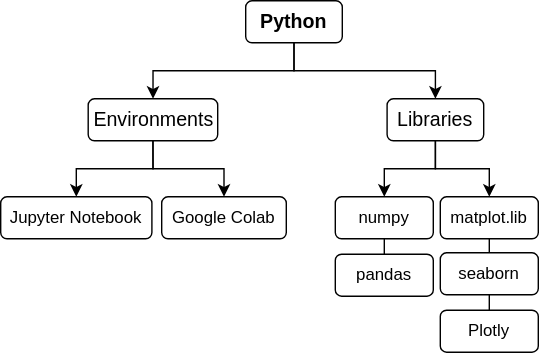
Earlier version of the draw.io export Data_Science_Program:Leveraging_AI_for_Effective_Decision-Making/Python_and_Statistics/images/Skills and Tools_Python and Statistics.svg (Gr3Fin/Courses_and_Certificates). Source tidied: cells renumbered, new cells last; positions are measured from the earlier drawing's top-left corner, leaving out a move shared by most shapes.
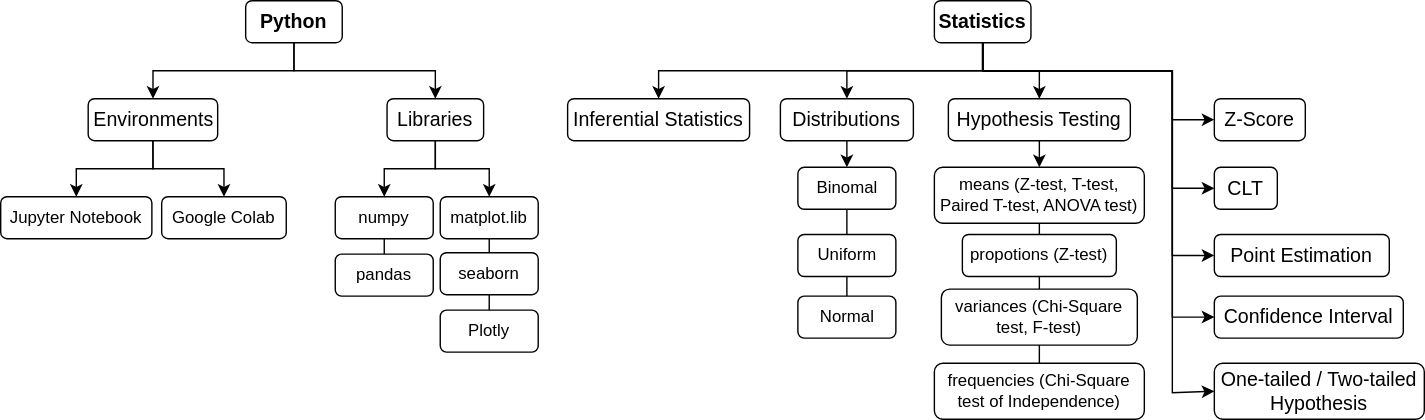
After the commit.

Change to the diagram source:
```diff
@@ -59,5 +59,128 @@
     <mxCell id="20" value="&lt;b&gt;&lt;font style=&quot;font-size: 14px;&quot;&gt;Python&lt;/font&gt;&lt;/b&gt;" style="rounded=1;whiteSpace=wrap;html=1;" parent="1" vertex="1">
       <mxGeometry x="175" width="69" height="30" as="geometry" />
     </mxCell>
+    <mxCell id="21" style="edgeStyle=orthogonalEdgeStyle;rounded=0;jettySize=auto;html=1;exitX=0.5;exitY=1;exitDx=0;exitDy=0;entryX=0.5;entryY=0;entryDx=0;entryDy=0;" parent="1" edge="1" source="29" target="30">
+      <mxGeometry relative="1" as="geometry" />
+    </mxCell>
+    <mxCell id="22" style="edgeStyle=orthogonalEdgeStyle;rounded=0;jettySize=auto;html=1;exitX=0.5;exitY=1;exitDx=0;exitDy=0;entryX=0.5;entryY=0;entryDx=0;entryDy=0;" parent="1" edge="1" source="29" target="32">
+      <mxGeometry relative="1" as="geometry" />
+    </mxCell>
+    <mxCell id="23" style="edgeStyle=orthogonalEdgeStyle;rounded=0;jettySize=auto;html=1;exitX=0.5;exitY=1;exitDx=0;exitDy=0;entryX=0.5;entryY=0;entryDx=0;entryDy=0;" parent="1" edge="1" source="29" target="44">
+      <mxGeometry relative="1" as="geometry" />
+    </mxCell>
+    <mxCell id="24" style="edgeStyle=orthogonalEdgeStyle;rounded=0;jettySize=auto;html=1;exitX=0.5;exitY=1;exitDx=0;exitDy=0;entryX=0;entryY=0.5;entryDx=0;entryDy=0;" parent="1" edge="1" source="29" target="39">
+      <mxGeometry relative="1" as="geometry">
+        <Array as="points">
+          <mxPoint x="702" y="50" />
+          <mxPoint x="837" y="50" />
+          <mxPoint x="837" y="85" />
+        </Array>
+      </mxGeometry>
+    </mxCell>
+    <mxCell id="25" style="edgeStyle=orthogonalEdgeStyle;rounded=0;jettySize=auto;html=1;exitX=0.5;exitY=1;exitDx=0;exitDy=0;entryX=0;entryY=0.5;entryDx=0;entryDy=0;" parent="1" edge="1" source="29" target="38">
+      <mxGeometry relative="1" as="geometry">
+        <Array as="points">
+          <mxPoint x="702" y="50" />
+          <mxPoint x="837" y="50" />
+          <mxPoint x="837" y="134" />
+        </Array>
+      </mxGeometry>
+    </mxCell>
+    <mxCell id="26" style="edgeStyle=orthogonalEdgeStyle;rounded=0;jettySize=auto;html=1;exitX=0.5;exitY=1;exitDx=0;exitDy=0;entryX=0;entryY=0.5;entryDx=0;entryDy=0;" parent="1" edge="1" source="29" target="40">
+      <mxGeometry relative="1" as="geometry">
+        <Array as="points">
+          <mxPoint x="702" y="50" />
+          <mxPoint x="837" y="50" />
+          <mxPoint x="837" y="182" />
+        </Array>
+      </mxGeometry>
+    </mxCell>
+    <mxCell id="27" style="edgeStyle=orthogonalEdgeStyle;rounded=0;jettySize=auto;html=1;exitX=0.5;exitY=1;exitDx=0;exitDy=0;entryX=0;entryY=0.5;entryDx=0;entryDy=0;" parent="1" edge="1" source="29" target="41">
+      <mxGeometry relative="1" as="geometry">
+        <Array as="points">
+          <mxPoint x="702" y="50" />
+          <mxPoint x="837" y="50" />
+          <mxPoint x="837" y="226" />
+        </Array>
+      </mxGeometry>
+    </mxCell>
+    <mxCell id="28" style="edgeStyle=orthogonalEdgeStyle;rounded=0;jettySize=auto;html=1;exitX=0.5;exitY=1;exitDx=0;exitDy=0;entryX=0;entryY=0.5;entryDx=0;entryDy=0;" parent="1" edge="1" source="29" target="42">
+      <mxGeometry relative="1" as="geometry">
+        <Array as="points">
+          <mxPoint x="702" y="50" />
+          <mxPoint x="837" y="50" />
+          <mxPoint x="837" y="280" />
+        </Array>
+      </mxGeometry>
+    </mxCell>
+    <mxCell id="29" value="&lt;b&gt;&lt;font style=&quot;font-size: 14px;&quot;&gt;Statistics&lt;/font&gt;&lt;/b&gt;" style="rounded=1;whiteSpace=wrap;html=1;" parent="1" vertex="1">
+      <mxGeometry x="667" width="69" height="30" as="geometry" />
+    </mxCell>
+    <mxCell id="30" value="&lt;font style=&quot;font-size: 14px;&quot;&gt;Inferential Statistics&lt;/font&gt;" style="rounded=1;whiteSpace=wrap;html=1;" parent="1" vertex="1">
+      <mxGeometry x="405" y="70" width="130" height="30" as="geometry" />
+    </mxCell>
+    <mxCell id="31" style="edgeStyle=orthogonalEdgeStyle;rounded=0;jettySize=auto;html=1;exitX=0.5;exitY=1;exitDx=0;exitDy=0;entryX=0.5;entryY=0;entryDx=0;entryDy=0;" parent="1" edge="1" source="32" target="34">
+      <mxGeometry relative="1" as="geometry" />
+    </mxCell>
+    <mxCell id="32" value="&lt;font style=&quot;font-size: 14px;&quot;&gt;Distributions&lt;/font&gt;" style="rounded=1;whiteSpace=wrap;html=1;" parent="1" vertex="1">
+      <mxGeometry x="557" y="70" width="95" height="30" as="geometry" />
+    </mxCell>
+    <mxCell id="33" style="edgeStyle=orthogonalEdgeStyle;rounded=0;jettySize=auto;html=1;exitX=0.5;exitY=1;exitDx=0;exitDy=0;entryX=0.5;entryY=0;entryDx=0;entryDy=0;endArrow=none;endFill=0;" parent="1" edge="1" source="34" target="37">
+      <mxGeometry relative="1" as="geometry" />
+    </mxCell>
+    <mxCell id="34" value="Binomal" style="rounded=1;whiteSpace=wrap;html=1;" parent="1" vertex="1">
+      <mxGeometry x="569.5" y="119" width="70" height="30" as="geometry" />
+    </mxCell>
+    <mxCell id="35" value="Normal" style="rounded=1;whiteSpace=wrap;html=1;" parent="1" vertex="1">
+      <mxGeometry x="569.5" y="211" width="70" height="30" as="geometry" />
+    </mxCell>
+    <mxCell id="36" style="edgeStyle=orthogonalEdgeStyle;rounded=0;jettySize=auto;html=1;exitX=0.5;exitY=1;exitDx=0;exitDy=0;entryX=0.5;entryY=0;entryDx=0;entryDy=0;endArrow=none;endFill=0;" parent="1" edge="1" source="37" target="35">
+      <mxGeometry relative="1" as="geometry" />
+    </mxCell>
+    <mxCell id="37" value="Uniform" style="rounded=1;whiteSpace=wrap;html=1;" parent="1" vertex="1">
+      <mxGeometry x="569.5" y="167" width="70" height="30" as="geometry" />
+    </mxCell>
+    <mxCell id="38" value="&lt;font style=&quot;font-size: 14px;&quot;&gt;CLT&lt;/font&gt;" style="rounded=1;whiteSpace=wrap;html=1;" parent="1" vertex="1">
+      <mxGeometry x="867" y="119" width="45" height="30" as="geometry" />
+    </mxCell>
+    <mxCell id="39" value="&lt;font style=&quot;font-size: 14px;&quot;&gt;Z-Score&lt;/font&gt;" style="rounded=1;whiteSpace=wrap;html=1;" parent="1" vertex="1">
+      <mxGeometry x="867" y="70" width="65" height="30" as="geometry" />
+    </mxCell>
+    <mxCell id="40" value="&lt;div align=&quot;center&quot;&gt;&lt;font style=&quot;font-size: 14px;&quot;&gt;Point Estimation&lt;/font&gt;&lt;/div&gt;" style="rounded=1;whiteSpace=wrap;html=1;align=center;" parent="1" vertex="1">
+      <mxGeometry x="867" y="167" width="125" height="30" as="geometry" />
+    </mxCell>
+    <mxCell id="41" value="&lt;font style=&quot;font-size: 14px;&quot;&gt;Confidence Interval&lt;br&gt;&lt;/font&gt;" style="rounded=1;whiteSpace=wrap;html=1;" parent="1" vertex="1">
+      <mxGeometry x="867" y="211" width="135" height="30" as="geometry" />
+    </mxCell>
+    <mxCell id="42" value="&lt;font style=&quot;font-size: 14px;&quot;&gt;One-tailed / Two-tailed Hypothesis&lt;/font&gt;" style="rounded=1;whiteSpace=wrap;html=1;" parent="1" vertex="1">
+      <mxGeometry x="867" y="259" width="150" height="40" as="geometry" />
+    </mxCell>
+    <mxCell id="43" style="edgeStyle=orthogonalEdgeStyle;rounded=0;jettySize=auto;html=1;exitX=0.5;exitY=1;exitDx=0;exitDy=0;entryX=0.5;entryY=0;entryDx=0;entryDy=0;" parent="1" edge="1" source="44" target="46">
+      <mxGeometry relative="1" as="geometry" />
+    </mxCell>
+    <mxCell id="44" value="&lt;font style=&quot;font-size: 14px;&quot;&gt;Hypothesis Testing&lt;br&gt;&lt;/font&gt;" style="rounded=1;whiteSpace=wrap;html=1;" parent="1" vertex="1">
+      <mxGeometry x="677" y="70" width="130" height="30" as="geometry" />
+    </mxCell>
+    <mxCell id="45" style="edgeStyle=orthogonalEdgeStyle;rounded=0;jettySize=auto;html=1;exitX=0.5;exitY=1;exitDx=0;exitDy=0;entryX=0.5;entryY=0;entryDx=0;entryDy=0;endArrow=none;endFill=0;" parent="1" edge="1" source="46" target="48">
+      <mxGeometry relative="1" as="geometry" />
+    </mxCell>
+    <mxCell id="46" value="means (Z-test, T-test, Paired T-test, ANOVA test)" style="rounded=1;whiteSpace=wrap;html=1;" parent="1" vertex="1">
+      <mxGeometry x="667" y="119" width="150" height="40" as="geometry" />
+    </mxCell>
+    <mxCell id="47" style="edgeStyle=orthogonalEdgeStyle;rounded=0;jettySize=auto;html=1;exitX=0.5;exitY=1;exitDx=0;exitDy=0;entryX=0.5;entryY=0;entryDx=0;entryDy=0;endArrow=none;endFill=0;" parent="1" edge="1" source="48" target="50">
+      <mxGeometry relative="1" as="geometry" />
+    </mxCell>
+    <mxCell id="48" value="propotions (Z-test)" style="rounded=1;whiteSpace=wrap;html=1;" parent="1" vertex="1">
+      <mxGeometry x="687" y="167" width="110" height="30" as="geometry" />
+    </mxCell>
+    <mxCell id="49" style="edgeStyle=orthogonalEdgeStyle;rounded=0;jettySize=auto;html=1;exitX=0.5;exitY=1;exitDx=0;exitDy=0;endArrow=none;endFill=0;" parent="1" edge="1" source="50" target="51">
+      <mxGeometry relative="1" as="geometry" />
+    </mxCell>
+    <mxCell id="50" value="variances (Chi-Square test, F-test)" style="rounded=1;whiteSpace=wrap;html=1;" parent="1" vertex="1">
+      <mxGeometry x="672" y="206" width="140" height="40" as="geometry" />
+    </mxCell>
+    <mxCell id="51" value="frequencies (Chi-Square test of Independence)" style="rounded=1;whiteSpace=wrap;html=1;" parent="1" vertex="1">
+      <mxGeometry x="667" y="259" width="150" height="40" as="geometry" />
+    </mxCell>
   </root>
 </mxGraphModel>
```
